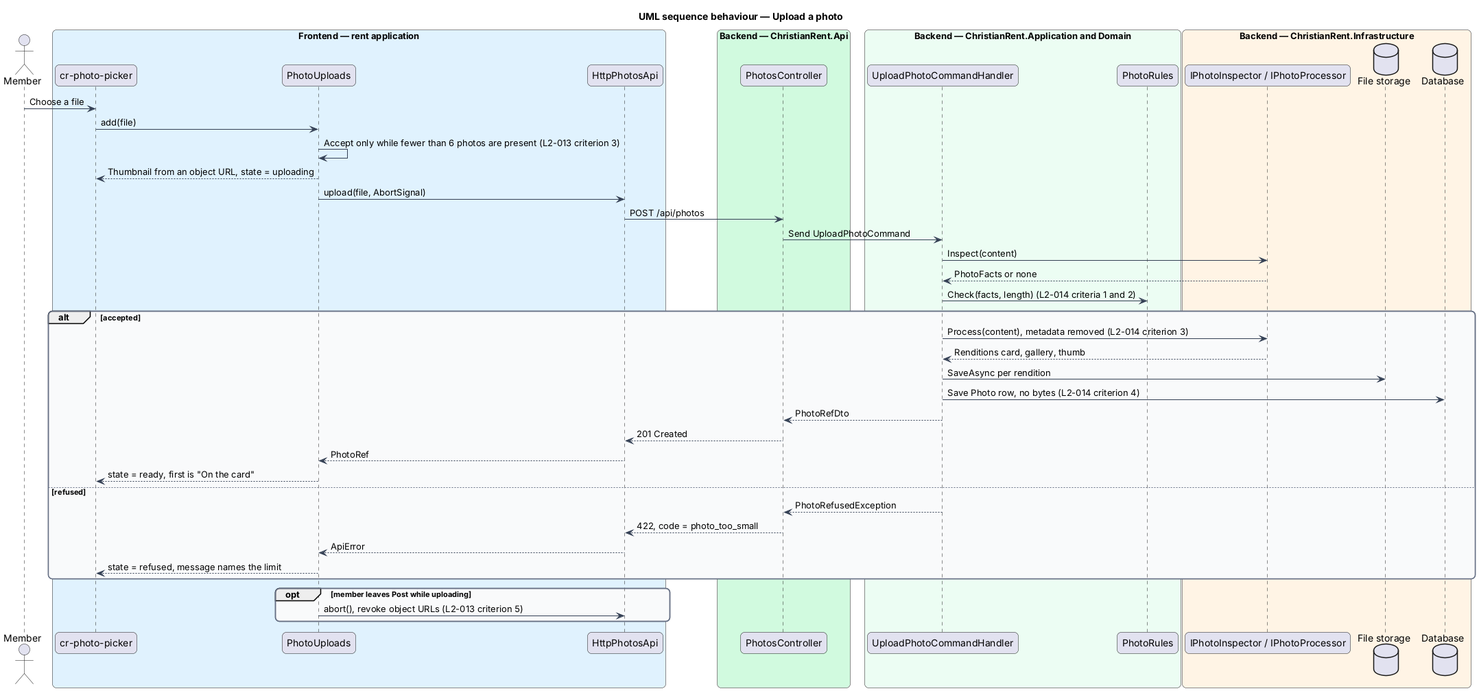
Above: docs/detailed-designs/post/add-photos/diagrams/sequence-upload-photo.png in QuinntyneBrown/christian-rent (PlantUML), before the change. Its source is kept beside it as docs/detailed-designs/post/add-photos/diagrams/sequence-upload-photo.puml.
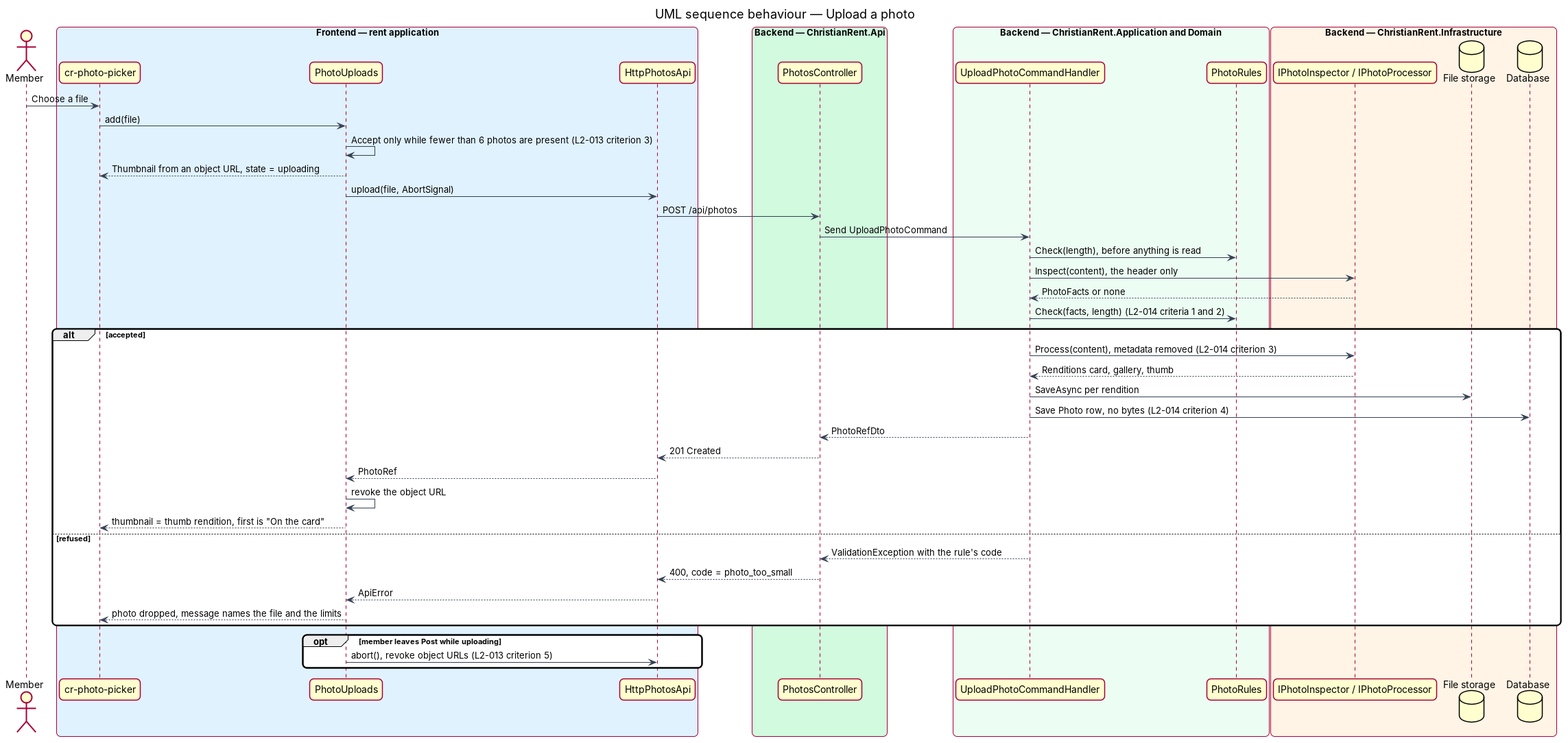
After the commit.

Change to the diagram source:
```diff
@@ -39,7 +39,8 @@
 uploads -> client : upload(file, AbortSignal)
 client -> ctrl : POST /api/photos
 ctrl -> handler : Send UploadPhotoCommand
-handler -> insp : Inspect(content)
+handler -> rules : Check(length), before anything is read
+handler -> insp : Inspect(content), the header only
 insp --> handler : PhotoFacts or none
 handler -> rules : Check(facts, length) (L2-014 criteria 1 and 2)
 alt accepted
@@ -50,12 +51,13 @@
   handler --> ctrl : PhotoRefDto
   ctrl --> client : 201 Created
   client --> uploads : PhotoRef
-  uploads --> picker : state = ready, first is "On the card"
+  uploads -> uploads : revoke the object URL
+  uploads --> picker : thumbnail = thumb rendition, first is "On the card"
 else refused
-  handler --> ctrl : PhotoRefusedException
-  ctrl --> client : 422, code = photo_too_small
+  handler --> ctrl : ValidationException with the rule's code
+  ctrl --> client : 400, code = photo_too_small
   client --> uploads : ApiError
-  uploads --> picker : state = refused, message names the limit
+  uploads --> picker : photo dropped, message names the file and the limits
 end
 opt member leaves Post while uploading
   uploads -> client : abort(), revoke object URLs (L2-013 criterion 5)
```
